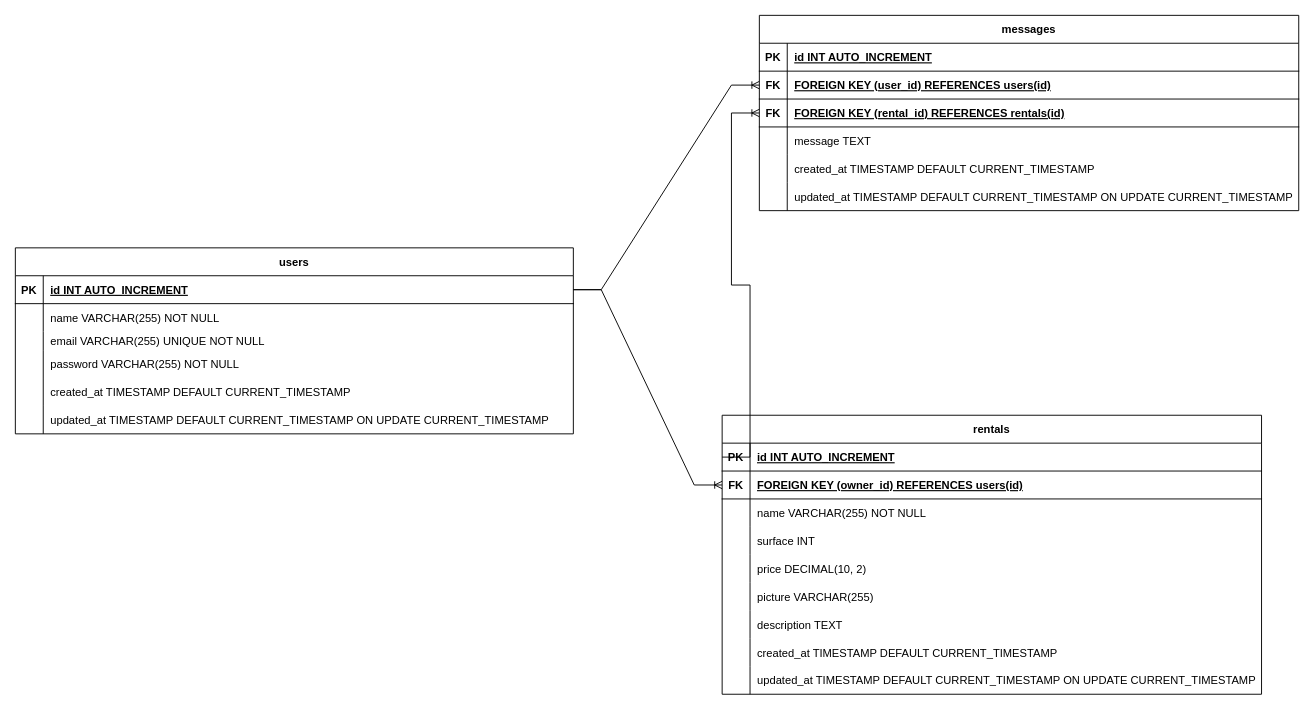
The draw.io diagram P3 table relationships.drawio in LePhenix47/Lahouiti_Younes_P3_05112023, before the edit. Source tidied: cells renumbered, new cells numbered last; positions are measured from the earlier drawing's top-left corner, leaving out a move shared by most shapes. Both pictures are drawn from the tidied source at 93%, with x=0, y=0 at pixel (15, 15).
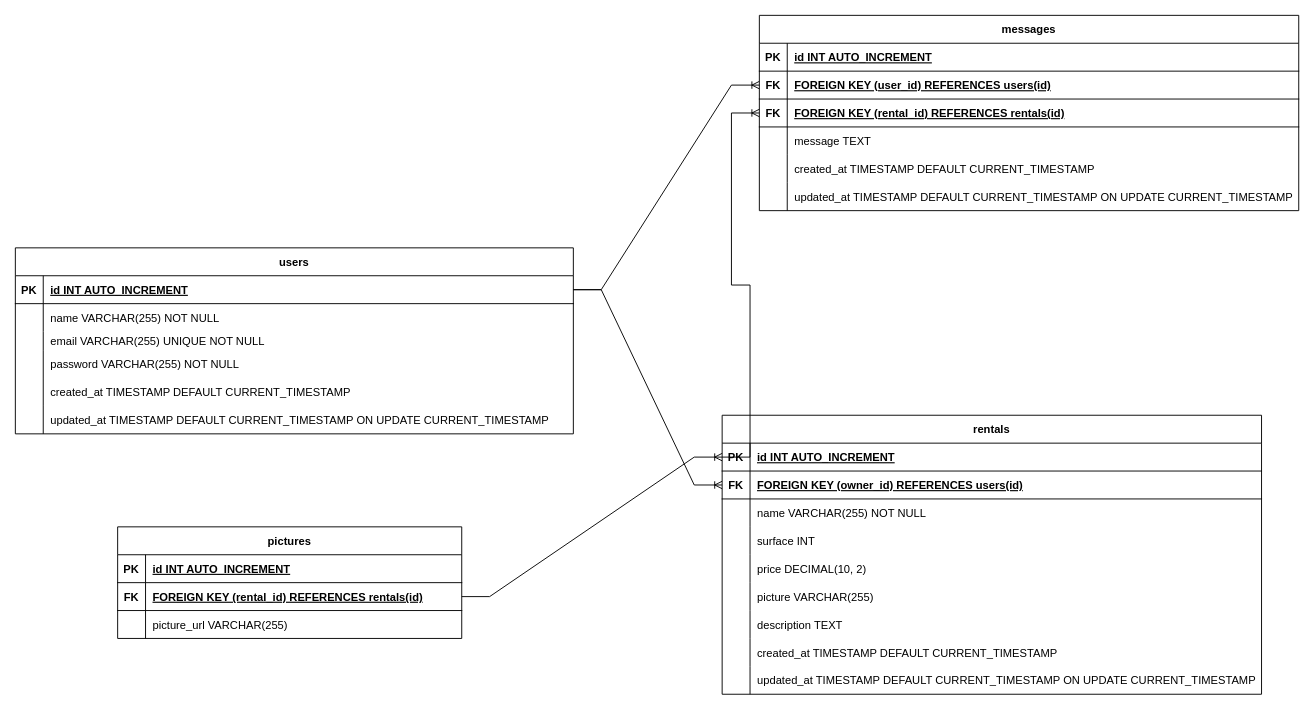
The same page after the edit.

The change refers to these unchanged cells:
```xml
<mxCell id="23" value="PK" style="shape=partialRectangle;overflow=hidden;fillColor=none;strokeColor=inherit;top=0;left=0;bottom=0;right=0;fontStyle=1;" parent="22" vertex="1">
  <mxGeometry width="30" height="30" as="geometry" />
</mxCell>
```

The edit, as a diff of the source:
```diff
@@
+    <mxCell id="71" value="pictures" style="shape=table;startSize=30;childLayout=tableLayout;rowLines=0;fontStyle=1;align=center;" parent="1" vertex="1">
+      <mxGeometry x="110" y="550" width="370" height="120" as="geometry" />
+    </mxCell>
+    <mxCell id="72" style="shape=tableRow;horizontal=0;startSize=0;swimlaneHead=0;swimlaneBody=0;fillColor=none;strokeColor=inherit;top=0;left=0;right=0;bottom=1;" parent="71" vertex="1">
+      <mxGeometry y="30" width="370" height="30" as="geometry" />
+    </mxCell>
+    <mxCell id="73" value="PK" style="shape=partialRectangle;overflow=hidden;fillColor=none;strokeColor=inherit;top=0;left=0;bottom=0;right=0;fontStyle=1;" parent="72" vertex="1">
+      <mxGeometry width="30" height="30" as="geometry" />
+    </mxCell>
+    <mxCell id="74" value="id INT AUTO_INCREMENT " style="shape=partialRectangle;overflow=hidden;fillColor=none;align=left;strokeColor=inherit;top=0;left=0;bottom=0;right=0;spacingLeft=6;fontStyle=5;" parent="72" vertex="1">
+      <mxGeometry x="30" width="340" height="30" as="geometry" />
+    </mxCell>
+    <mxCell id="75" style="shape=tableRow;horizontal=0;startSize=0;swimlaneHead=0;swimlaneBody=0;fillColor=none;points=[[0,0.5],[1,0.5]];portConstraint=eastwest;strokeColor=inherit;top=0;left=0;right=0;bottom=1;" parent="71" vertex="1">
+      <mxGeometry y="60" width="370" height="30" as="geometry" />
+    </mxCell>
+    <mxCell id="76" value="FK" style="shape=partialRectangle;overflow=hidden;fillColor=none;strokeColor=inherit;top=0;left=0;bottom=0;right=0;fontStyle=1;align=center;" parent="75" vertex="1">
+      <mxGeometry width="30" height="30" as="geometry" />
+    </mxCell>
+    <mxCell id="77" value="FOREIGN KEY (rental_id) REFERENCES rentals(id)" style="shape=partialRectangle;overflow=hidden;fillColor=none;align=left;strokeColor=inherit;top=0;left=0;bottom=0;right=0;spacingLeft=6;fontStyle=5;" parent="75" vertex="1">
+      <mxGeometry x="30" width="340" height="30" as="geometry" />
+    </mxCell>
+    <mxCell id="78" style="shape=tableRow;horizontal=0;startSize=0;swimlaneHead=0;swimlaneBody=0;fillColor=none;strokeColor=inherit;top=0;left=0;right=0;bottom=0;" parent="71" vertex="1">
+      <mxGeometry y="90" width="370" height="30" as="geometry" />
+    </mxCell>
+    <mxCell id="79" style="shape=partialRectangle;overflow=hidden;fillColor=none;strokeColor=inherit;top=0;left=0;bottom=0;right=0;" parent="78" vertex="1">
+      <mxGeometry width="30" height="30" as="geometry" />
+    </mxCell>
+    <mxCell id="80" value="picture_url VARCHAR(255)" style="shape=partialRectangle;overflow=hidden;fillColor=none;align=left;strokeColor=inherit;top=0;left=0;bottom=0;right=0;spacingLeft=6;" parent="78" vertex="1">
+      <mxGeometry x="30" width="340" height="30" as="geometry" />
+    </mxCell>
+    <mxCell id="81" style="edgeStyle=entityRelationEdgeStyle;fontSize=12;html=1;endArrow=ERoneToMany;rounded=0;exitX=1;exitY=0.5;exitDx=0;exitDy=0;entryX=0;entryY=0.5;entryDx=0;entryDy=0;" parent="1" edge="1" source="75" target="23">
+      <mxGeometry relative="1" as="geometry">
+        <Array as="points">
+          <mxPoint x="260" y="1797" />
+        </Array>
+      </mxGeometry>
+    </mxCell>
```
